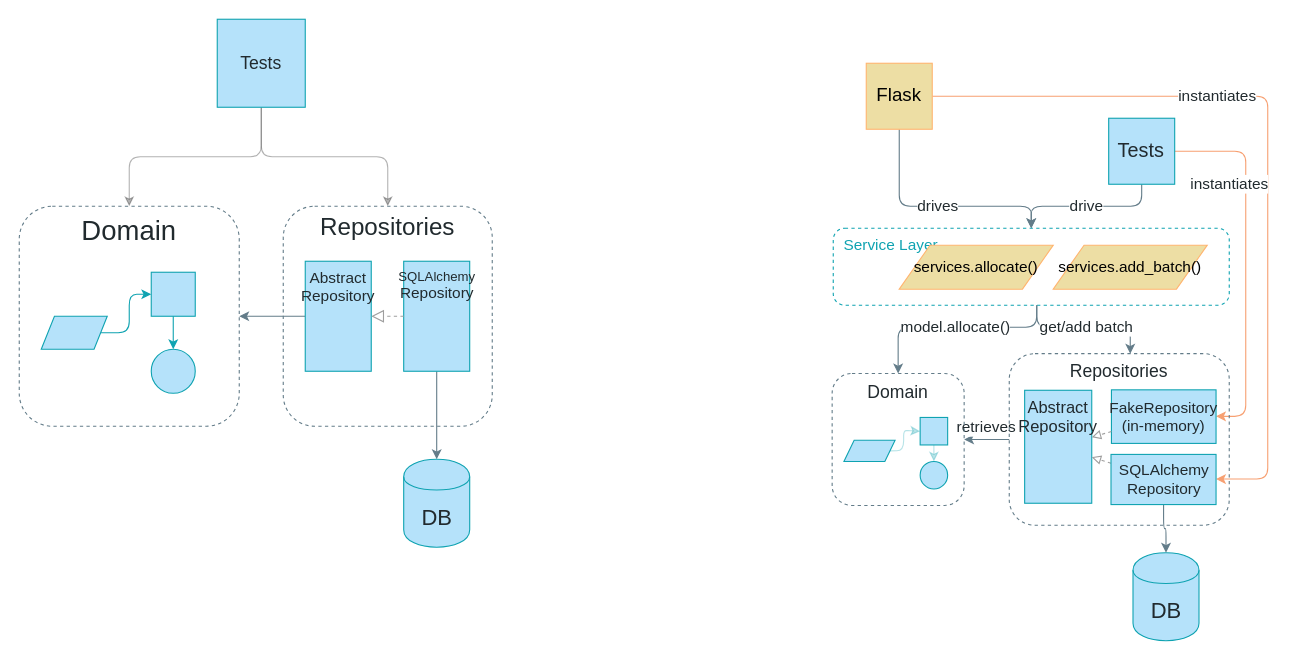
Before: page "Chapter 4" (3 of 11) of maps.drawio in cosmicpython/book, a draw.io diagram. Source tidied: cells renumbered, new cells numbered last; positions are measured from the earlier drawing's top-left corner, leaving out a move shared by most shapes. Both pictures are drawn from the tidied source at 110%, with x=0, y=0 at pixel (19, 19).
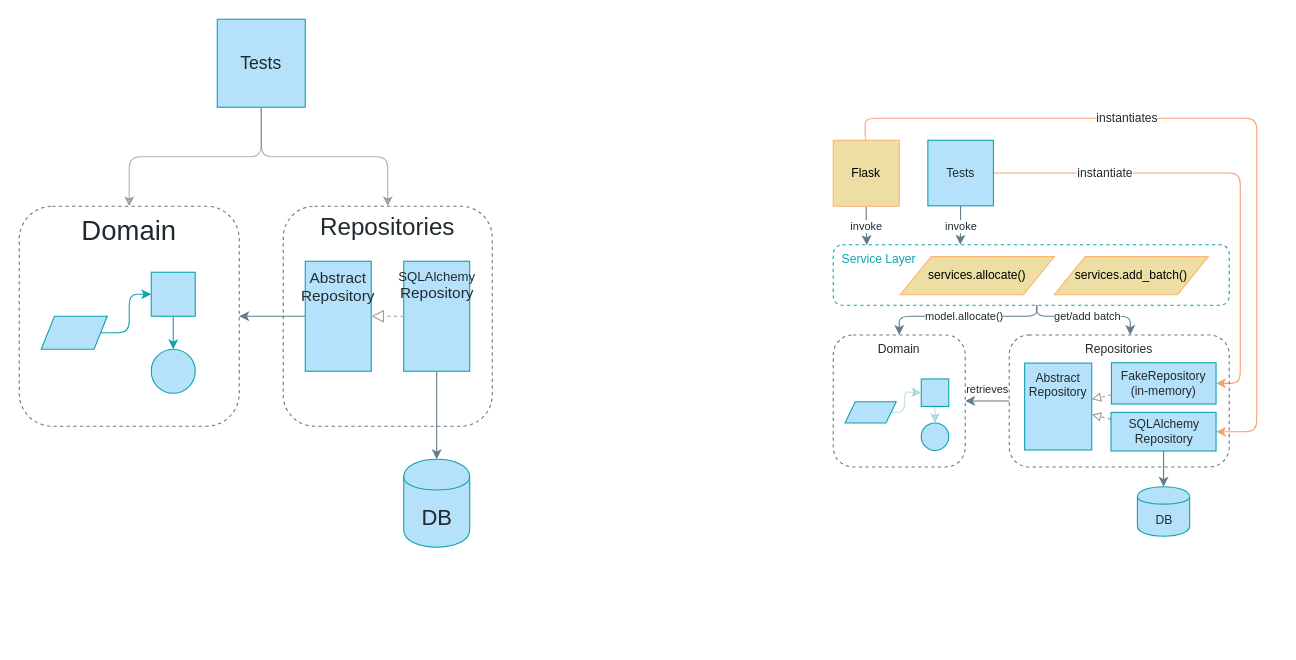
After the change.

Commit message:
experiment resetting font sizes in 4.2 to 11pt

Diff of the diagram source:
```diff
@@
-    <mxCell id="2" value="instantiates" style="edgeStyle=orthogonalEdgeStyle;jettySize=auto;html=1;strokeColor=#F7A072;fillColor=#f5f5f5;fontFamily=Guardian Sans Cond Light;fontSize=14;fontColor=#212A2E;exitX=1;exitY=0.5;exitDx=0;exitDy=0;" parent="1" edge="1" source="9" target="18">
+    <mxCell id="2" value="instantiates" style="edgeStyle=orthogonalEdgeStyle;jettySize=auto;html=1;strokeColor=#F7A072;fillColor=#f5f5f5;fontFamily=Guardian Sans Cond Light;fontSize=11;fontColor=#212A2E;exitX=0.5;exitY=0;exitDx=0;exitDy=0;" parent="1" edge="1" source="9" target="18">
       <mxGeometry x="-0.26" relative="1" as="geometry">
         <Array as="points">
-          <mxPoint x="1135" y="70" />
-          <mxPoint x="1135" y="418" />
+          <mxPoint x="769" y="90" />
+          <mxPoint x="1125" y="90" />
+          <mxPoint x="1125" y="375" />
         </Array>
       </mxGeometry>
     </mxCell>
@@
-    <mxCell id="6" value="DB" style="shape=cylinder;whiteSpace=wrap;html=1;boundedLbl=1;backgroundOutline=1;strokeColor=#0FA3B1;fillColor=#B5E2FA;fontSize=20;fontColor=#212A2E;gradientColor=none;fontFamily=Guardian Sans Cond Light;" parent="1" vertex="1">
-      <mxGeometry x="1012.5" y="485" width="60" height="80" as="geometry" />
+    <mxCell id="6" value="DB" style="shape=cylinder;whiteSpace=wrap;html=1;boundedLbl=1;backgroundOutline=1;strokeColor=#0FA3B1;fillColor=#B5E2FA;fontSize=11;fontColor=#212A2E;gradientColor=none;fontFamily=Guardian Sans Cond Light;" parent="1" vertex="1">
+      <mxGeometry x="1016.5" y="425" width="47.5" height="45" as="geometry" />
     </mxCell>
-    <mxCell id="7" style="edgeStyle=orthogonalEdgeStyle;jettySize=auto;html=1;strokeColor=#637C89;fillColor=#B5E2FA;fontFamily=Guardian Sans Cond Light;fontSize=12;fontColor=#212A2E;" parent="1" edge="1" source="18" target="6">
-      <mxGeometry relative="1" as="geometry" />
-    </mxCell>
-    <mxCell id="8" value="drives" style="edgeStyle=orthogonalEdgeStyle;jettySize=auto;html=1;strokeColor=#637C89;fillColor=#B5E2FA;fontFamily=Guardian Sans Cond Light;fontSize=14;fontColor=#212A2E;" parent="1" edge="1" source="9" target="22">
-      <mxGeometry relative="1" as="geometry">
-        <Array as="points">
-          <mxPoint x="800" y="170" />
-          <mxPoint x="920" y="170" />
-        </Array>
-      </mxGeometry>
+    <mxCell id="8" value="invoke" style="edgeStyle=orthogonalEdgeStyle;jettySize=auto;html=1;strokeColor=#637C89;fillColor=#B5E2FA;fontFamily=Guardian Sans Cond Light;fontSize=10;fontColor=#212A2E;entryX=0.085;entryY=0.006;entryDx=0;entryDy=0;entryPerimeter=0;" parent="1" edge="1" source="9" target="22">
+      <mxGeometry relative="1" as="geometry" />
     </mxCell>
-    <mxCell id="9" value="Flask" style="whiteSpace=wrap;html=1;strokeColor=#FFB570;fillColor=#EDDEA4;gradientColor=none;fontFamily=Guardian Sans Cond Light;fontSize=17;fontColor=#000000;" parent="1" vertex="1">
-      <mxGeometry x="770" y="40" width="60" height="60" as="geometry" />
+    <mxCell id="9" value="Flask" style="whiteSpace=wrap;html=1;strokeColor=#FFB570;fillColor=#EDDEA4;gradientColor=none;fontFamily=Guardian Sans Cond Light;fontSize=11;fontColor=#000000;" parent="1" vertex="1">
+      <mxGeometry x="740" y="110" width="60" height="60" as="geometry" />
     </mxCell>
-    <mxCell id="10" value="drive" style="edgeStyle=orthogonalEdgeStyle;jettySize=auto;html=1;strokeColor=#637C89;fillColor=#B5E2FA;fontFamily=Guardian Sans Cond Light;fontSize=14;fontColor=#212A2E;exitX=0.5;exitY=1;exitDx=0;exitDy=0;entryX=0.5;entryY=0;entryDx=0;entryDy=0;" parent="1" edge="1" source="12" target="22">
-      <mxGeometry relative="1" as="geometry">
-        <Array as="points">
-          <mxPoint x="1020" y="170" />
-          <mxPoint x="920" y="170" />
-        </Array>
-      </mxGeometry>
+    <mxCell id="10" value="invoke" style="edgeStyle=orthogonalEdgeStyle;jettySize=auto;html=1;strokeColor=#637C89;fillColor=#B5E2FA;fontFamily=Guardian Sans Cond Light;fontSize=10;fontColor=#212A2E;exitX=0.5;exitY=1;exitDx=0;exitDy=0;entryX=0.321;entryY=0;entryDx=0;entryDy=0;entryPerimeter=0;" parent="1" edge="1" source="12" target="22">
+      <mxGeometry relative="1" as="geometry" />
     </mxCell>
-    <mxCell id="11" value="instantiates" style="edgeStyle=orthogonalEdgeStyle;jettySize=auto;html=1;strokeColor=#F7A072;fillColor=#f5f5f5;fontFamily=Guardian Sans Cond Light;fontSize=14;fontColor=#212A2E;exitX=1;exitY=0.5;exitDx=0;exitDy=0;" parent="1" edge="1" source="12" target="16">
-      <mxGeometry x="-0.7" y="-30" relative="1" as="geometry">
+    <mxCell id="11" value="&lt;div&gt;instantiate&lt;/div&gt;" style="edgeStyle=orthogonalEdgeStyle;jettySize=auto;html=1;strokeColor=#F7A072;fillColor=#f5f5f5;fontFamily=Guardian Sans Cond Light;fontSize=11;fontColor=#212A2E;exitX=1;exitY=0.5;exitDx=0;exitDy=0;" parent="1" edge="1" source="12" target="16">
+      <mxGeometry x="-0.54" relative="1" as="geometry">
         <Array as="points">
-          <mxPoint x="1115" y="120" />
-          <mxPoint x="1115" y="361" />
+          <mxPoint x="1110" y="140" />
+          <mxPoint x="1110" y="331" />
         </Array>
       </mxGeometry>
     </mxCell>
-    <mxCell id="12" value="Tests" style="whiteSpace=wrap;html=1;strokeColor=#0FA3B1;fillColor=#B5E2FA;gradientColor=none;fontFamily=Guardian Sans Cond Light;fontSize=18;fontColor=#212A2E;" parent="1" vertex="1">
-      <mxGeometry x="990.4" y="90" width="60" height="60" as="geometry" />
+    <mxCell id="12" value="Tests" style="whiteSpace=wrap;html=1;strokeColor=#0FA3B1;fillColor=#B5E2FA;gradientColor=none;fontFamily=Guardian Sans Cond Light;fontSize=11;fontColor=#212A2E;" parent="1" vertex="1">
+      <mxGeometry x="826" y="110" width="59.6" height="59.6" as="geometry" />
     </mxCell>
-    <mxCell id="13" value="retrieves" style="edgeStyle=orthogonalEdgeStyle;jettySize=auto;html=1;strokeColor=#637C89;fillColor=#B5E2FA;fontFamily=Guardian Sans Cond Light;fontSize=14;fontColor=#212A2E;labelPosition=center;verticalLabelPosition=top;align=center;verticalAlign=bottom;" parent="1" edge="1" source="14" target="41">
+    <mxCell id="13" value="retrieves" style="edgeStyle=orthogonalEdgeStyle;jettySize=auto;html=1;strokeColor=#637C89;fillColor=#B5E2FA;fontFamily=Guardian Sans Cond Light;fontSize=10;fontColor=#212A2E;labelPosition=center;verticalLabelPosition=top;align=center;verticalAlign=bottom;spacing=4;" parent="1" edge="1" source="14" target="41">
       <mxGeometry relative="1" as="geometry" />
     </mxCell>
-    <mxCell id="14" value="&lt;font style=&quot;font-size: 16px&quot; color=&quot;#212A2E&quot;&gt;Repositories&lt;/font&gt;" style="whiteSpace=wrap;html=1;strokeColor=#637C89;fillColor=none;gradientColor=none;fontFamily=Guardian Sans Cond Light;fontSize=12;fontColor=#000000;verticalAlign=top;rounded=1;dashed=1;" parent="1" vertex="1">
-      <mxGeometry x="900" y="304" width="200" height="156" as="geometry" />
-    </mxCell>
-    <mxCell id="15" value="&lt;div style=&quot;font-size: 15px;&quot;&gt;Abstract&lt;/div&gt;&lt;div style=&quot;font-size: 15px;&quot;&gt;Repository&lt;br style=&quot;font-size: 15px;&quot;&gt;&lt;/div&gt;" style="whiteSpace=wrap;html=1;strokeColor=#0FA3B1;fillColor=#B5E2FA;gradientColor=none;fontFamily=Guardian Sans Cond Light;fontSize=15;fontColor=#212A2E;verticalAlign=top;" parent="1" vertex="1">
-      <mxGeometry x="914" y="337.3" width="61" height="102.7" as="geometry" />
-    </mxCell>
-    <mxCell id="16" value="&lt;div style=&quot;font-size: 14px;&quot;&gt;FakeRepository&lt;/div&gt;&lt;div style=&quot;font-size: 14px;&quot;&gt;(in-memory)&lt;br style=&quot;font-size: 14px;&quot;&gt;&lt;/div&gt;" style="whiteSpace=wrap;html=1;strokeColor=#0FA3B1;fillColor=#B5E2FA;gradientColor=none;fontFamily=Guardian Sans Cond Light;fontSize=14;fontColor=#212A2E;verticalAlign=middle;" parent="1" vertex="1">
-      <mxGeometry x="992.9" y="336.9" width="95.1" height="48.7" as="geometry" />
-    </mxCell>
-    <mxCell id="17" style="endArrow=block;dashed=1;endFill=0;endSize=6;html=1;strokeColor=#9E9E9E;fillColor=#B5E2FA;fontFamily=Guardian Sans Cond Light;fontSize=12;fontColor=#212A2E;" parent="1" edge="1" source="18" target="15">
-      <mxGeometry relative="1" as="geometry" />
-    </mxCell>
-    <mxCell id="18" value="&lt;div style=&quot;font-size: 14px&quot;&gt;&lt;font style=&quot;font-size: 14px&quot;&gt;SQLAlchemy&lt;br&gt;Repository&lt;/font&gt;&lt;/div&gt;" style="whiteSpace=wrap;html=1;strokeColor=#0FA3B1;fillColor=#B5E2FA;gradientColor=none;fontFamily=Guardian Sans Cond Light;fontSize=13;fontColor=#212A2E;verticalAlign=middle;" parent="1" vertex="1">
-      <mxGeometry x="992.5" y="395.6" width="95.5" height="45.6" as="geometry" />
-    </mxCell>
-    <mxCell id="19" style="endArrow=block;dashed=1;endFill=0;endSize=6;html=1;strokeColor=#9E9E9E;fillColor=#B5E2FA;fontFamily=Guardian Sans Cond Light;fontSize=12;fontColor=#212A2E;jumpStyle=none;" parent="1" edge="1" source="16" target="15">
-      <mxGeometry relative="1" as="geometry" />
-    </mxCell>
-    <mxCell id="20" value="model.allocate()" style="edgeStyle=orthogonalEdgeStyle;rounded=1;jumpStyle=arc;jettySize=auto;html=1;fontSize=14;entryX=0.5;entryY=0;entryDx=0;entryDy=0;fontFamily=Guardian Sans Cond Light;fontColor=#212A2E;strokeColor=#637C89;fillColor=#B5E2FA;" parent="1" edge="1" source="22" target="41">
+    <mxCell id="20" value="model.allocate()" style="edgeStyle=orthogonalEdgeStyle;rounded=1;jumpStyle=arc;jettySize=auto;html=1;fontSize=10;entryX=0.5;entryY=0;entryDx=0;entryDy=0;fontFamily=Guardian Sans Cond Light;fontColor=#212A2E;strokeColor=#637C89;fillColor=#B5E2FA;" parent="1" edge="1" source="22" target="41">
       <mxGeometry relative="1" as="geometry">
         <Array as="points">
-          <mxPoint x="925" y="280" />
-          <mxPoint x="799" y="280" />
+          <mxPoint x="925" y="270" />
+          <mxPoint x="800" y="270" />
         </Array>
       </mxGeometry>
     </mxCell>
-    <mxCell id="21" value="get/add batch" style="edgeStyle=orthogonalEdgeStyle;rounded=1;jumpStyle=arc;jettySize=auto;html=1;fontSize=14;fontFamily=Guardian Sans Cond Light;fontColor=#212A2E;strokeColor=#637C89;fillColor=#B5E2FA;" parent="1" edge="1" source="22" target="14">
+    <mxCell id="21" value="get/add batch" style="edgeStyle=orthogonalEdgeStyle;rounded=1;jumpStyle=arc;jettySize=auto;html=1;fontSize=10;fontFamily=Guardian Sans Cond Light;fontColor=#212A2E;strokeColor=#637C89;fillColor=#B5E2FA;" parent="1" edge="1" source="22" target="14">
       <mxGeometry relative="1" as="geometry">
         <Array as="points">
-          <mxPoint x="925" y="280" />
-          <mxPoint x="1010" y="280" />
+          <mxPoint x="925" y="270" />
+          <mxPoint x="1010" y="270" />
         </Array>
       </mxGeometry>
     </mxCell>
-    <mxCell id="22" value="&amp;nbsp; Service Layer" style="rounded=1;whiteSpace=wrap;html=1;fontFamily=Guardian Sans Cond Light;verticalAlign=top;fontSize=14;fontColor=#0FA3B1;fillColor=none;strokeColor=#0FA3B1;fontStyle=0;dashed=1;align=left;" parent="1" vertex="1">
-      <mxGeometry x="740" y="190" width="360" height="70" as="geometry" />
+    <mxCell id="22" value="&amp;nbsp; Service Layer" style="rounded=1;whiteSpace=wrap;html=1;fontFamily=Guardian Sans Cond Light;verticalAlign=top;fontSize=11;fontColor=#0FA3B1;fillColor=none;strokeColor=#0FA3B1;fontStyle=0;dashed=1;align=left;" parent="1" vertex="1">
+      <mxGeometry x="740" y="205" width="360" height="55" as="geometry" />
     </mxCell>
-    <mxCell id="23" value="services.allocate()" style="shape=parallelogram;perimeter=parallelogramPerimeter;whiteSpace=wrap;html=1;fontFamily=Guardian Sans Cond Light;fontSize=14;fontColor=#000000;align=center;strokeColor=#FFB570;fillColor=#EDDEA4;" parent="1" vertex="1">
-      <mxGeometry x="800" y="205.4" width="140" height="40" as="geometry" />
+    <mxCell id="23" value="services.allocate()" style="shape=parallelogram;perimeter=parallelogramPerimeter;whiteSpace=wrap;html=1;fontFamily=Guardian Sans Cond Light;fontSize=11;fontColor=#000000;align=center;strokeColor=#FFB570;fillColor=#EDDEA4;" parent="1" vertex="1">
+      <mxGeometry x="801" y="215.8" width="140" height="34.6" as="geometry" />
     </mxCell>
-    <mxCell id="24" value="services.add_batch()" style="shape=parallelogram;perimeter=parallelogramPerimeter;whiteSpace=wrap;html=1;fontFamily=Guardian Sans Cond Light;fontSize=14;fontColor=#000000;align=center;strokeColor=#FFB570;fillColor=#EDDEA4;" parent="1" vertex="1">
-      <mxGeometry x="940" y="205.4" width="140" height="40" as="geometry" />
+    <mxCell id="24" value="services.add_batch()" style="shape=parallelogram;perimeter=parallelogramPerimeter;whiteSpace=wrap;html=1;fontFamily=Guardian Sans Cond Light;fontSize=11;fontColor=#000000;align=center;strokeColor=#FFB570;fillColor=#EDDEA4;" parent="1" vertex="1">
+      <mxGeometry x="941" y="215.8" width="140" height="34.6" as="geometry" />
     </mxCell>
@@
-    <mxCell id="39" style="group;" parent="1" vertex="1">
-      <mxGeometry x="739" y="322" width="120" height="120" as="geometry" />
+    <mxCell id="39" style="group;fontSize=11;" parent="1" vertex="1">
+      <mxGeometry x="740" y="287" width="120" height="120" as="geometry" />
     </mxCell>
-    <mxCell id="40" style="group;fontSize=16;" parent="39" vertex="1">
+    <mxCell id="40" style="group;fontSize=11;" parent="39" vertex="1">
       <mxGeometry width="120" height="120" as="geometry" />
     </mxCell>
-    <mxCell id="41" value="&lt;font style=&quot;font-size: 16px&quot;&gt;Domain&lt;br&gt;&lt;/font&gt;" style="rounded=1;whiteSpace=wrap;html=1;fontFamily=Guardian Sans Cond Light;verticalAlign=top;fontSize=18;fontColor=#212A2E;fillColor=none;strokeColor=#637C89;dashed=1;" parent="40" vertex="1">
+    <mxCell id="41" value="&lt;font style=&quot;font-size: 11px;&quot;&gt;Domain&lt;br style=&quot;font-size: 11px;&quot;&gt;&lt;/font&gt;" style="rounded=1;whiteSpace=wrap;html=1;fontFamily=Guardian Sans Cond Light;verticalAlign=top;fontSize=11;fontColor=#212A2E;fillColor=none;strokeColor=#637C89;dashed=1;" parent="40" vertex="1">
       <mxGeometry width="120" height="120" as="geometry" />
     </mxCell>
-    <mxCell id="42" style="whiteSpace=wrap;html=1;fontSize=22;strokeColor=#0FA3B1;fillColor=#B5E2FA;fontFamily=Guardian Sans Cond Light;" parent="40" vertex="1">
+    <mxCell id="42" style="whiteSpace=wrap;html=1;fontSize=11;strokeColor=#0FA3B1;fillColor=#B5E2FA;fontFamily=Guardian Sans Cond Light;" parent="40" vertex="1">
       <mxGeometry x="80" y="40" width="25" height="25" as="geometry" />
     </mxCell>
-    <mxCell id="43" style="ellipse;whiteSpace=wrap;html=1;fontSize=20;strokeColor=#0FA3B1;fillColor=#B5E2FA;fontFamily=Guardian Sans Cond Light;" parent="40" vertex="1">
+    <mxCell id="43" style="ellipse;whiteSpace=wrap;html=1;fontSize=11;strokeColor=#0FA3B1;fillColor=#B5E2FA;fontFamily=Guardian Sans Cond Light;" parent="40" vertex="1">
       <mxGeometry x="80" y="80" width="25" height="25" as="geometry" />
     </mxCell>
-    <mxCell id="44" style="edgeStyle=orthogonalEdgeStyle;jettySize=auto;html=1;fontSize=14;strokeColor=#0FA3B1;fillColor=#B5E2FA;opacity=30;exitX=0.5;exitY=1;exitDx=0;exitDy=0;entryX=0.5;entryY=0;entryDx=0;entryDy=0;" parent="40" edge="1" source="42" target="43">
+    <mxCell id="44" style="edgeStyle=orthogonalEdgeStyle;jettySize=auto;html=1;fontSize=11;strokeColor=#0FA3B1;fillColor=#B5E2FA;opacity=30;exitX=0.5;exitY=1;exitDx=0;exitDy=0;entryX=0.5;entryY=0;entryDx=0;entryDy=0;" parent="40" edge="1" source="42" target="43">
       <mxGeometry relative="1" as="geometry">
         <Array as="points">
           <mxPoint x="93" y="70" />
           <mxPoint x="93" y="70" />
         </Array>
       </mxGeometry>
     </mxCell>
-    <mxCell id="45" style="edgeStyle=orthogonalEdgeStyle;rounded=1;jettySize=auto;html=1;fontSize=14;strokeColor=#0FA3B1;entryX=0;entryY=0.5;entryDx=0;entryDy=0;exitX=1;exitY=0.5;exitDx=0;exitDy=0;opacity=30;" parent="40" edge="1" source="46" target="42">
+    <mxCell id="45" style="edgeStyle=orthogonalEdgeStyle;rounded=1;jettySize=auto;html=1;fontSize=11;strokeColor=#0FA3B1;entryX=0;entryY=0.5;entryDx=0;entryDy=0;exitX=1;exitY=0.5;exitDx=0;exitDy=0;opacity=30;" parent="40" edge="1" source="46" target="42">
       <mxGeometry relative="1" as="geometry">
         <Array as="points">
           <mxPoint x="65" y="70" />
           <mxPoint x="65" y="52" />
           <mxPoint x="70" y="52" />
         </Array>
       </mxGeometry>
     </mxCell>
-    <mxCell id="46" style="shape=parallelogram;perimeter=parallelogramPerimeter;whiteSpace=wrap;html=1;strokeColor=#0FA3B1;fillColor=#B5E2FA;fontFamily=Guardian Sans Cond Light;fontSize=22;align=center;" parent="40" vertex="1">
+    <mxCell id="46" style="shape=parallelogram;perimeter=parallelogramPerimeter;whiteSpace=wrap;html=1;strokeColor=#0FA3B1;fillColor=#B5E2FA;fontFamily=Guardian Sans Cond Light;fontSize=11;align=center;" parent="40" vertex="1">
       <mxGeometry x="10.7" y="60.7" width="46.5" height="19.3" as="geometry" />
     </mxCell>
+    <mxCell id="47" style="group;" parent="1" vertex="1">
+      <mxGeometry x="900" y="287" width="200" height="120" as="geometry" />
+    </mxCell>
+    <mxCell id="14" value="&lt;font style=&quot;font-size: 11px;&quot; color=&quot;#212A2E&quot;&gt;Repositories&lt;/font&gt;" style="whiteSpace=wrap;html=1;strokeColor=#637C89;fillColor=none;gradientColor=none;fontFamily=Guardian Sans Cond Light;fontSize=11;fontColor=#000000;verticalAlign=top;rounded=1;dashed=1;" parent="47" vertex="1">
+      <mxGeometry width="200" height="120" as="geometry" />
+    </mxCell>
+    <mxCell id="15" value="&lt;div style=&quot;font-size: 11px;&quot;&gt;Abstract&lt;/div&gt;&lt;div style=&quot;font-size: 11px;&quot;&gt;Repository&lt;br style=&quot;font-size: 11px;&quot;&gt;&lt;/div&gt;" style="whiteSpace=wrap;html=1;strokeColor=#0FA3B1;fillColor=#B5E2FA;gradientColor=none;fontFamily=Guardian Sans Cond Light;fontSize=11;fontColor=#212A2E;verticalAlign=top;" parent="47" vertex="1">
+      <mxGeometry x="14" y="25.6" width="61" height="79" as="geometry" />
+    </mxCell>
+    <mxCell id="16" value="&lt;div style=&quot;font-size: 11px;&quot;&gt;FakeRepository&lt;/div&gt;&lt;div style=&quot;font-size: 11px;&quot;&gt;(in-memory)&lt;br style=&quot;font-size: 11px;&quot;&gt;&lt;/div&gt;" style="whiteSpace=wrap;html=1;strokeColor=#0FA3B1;fillColor=#B5E2FA;gradientColor=none;fontFamily=Guardian Sans Cond Light;fontSize=11;fontColor=#212A2E;verticalAlign=middle;" parent="47" vertex="1">
+      <mxGeometry x="92.9" y="25.3" width="95.1" height="37.5" as="geometry" />
+    </mxCell>
+    <mxCell id="17" style="endArrow=block;dashed=1;endFill=0;endSize=6;html=1;strokeColor=#9E9E9E;fillColor=#B5E2FA;fontFamily=Guardian Sans Cond Light;fontSize=11;fontColor=#212A2E;" parent="47" edge="1" source="18" target="15">
+      <mxGeometry relative="1" as="geometry" />
+    </mxCell>
+    <mxCell id="18" value="&lt;div style=&quot;font-size: 11px;&quot;&gt;&lt;font style=&quot;font-size: 11px;&quot;&gt;SQLAlchemy&lt;br style=&quot;font-size: 11px;&quot;&gt;Repository&lt;/font&gt;&lt;/div&gt;" style="whiteSpace=wrap;html=1;strokeColor=#0FA3B1;fillColor=#B5E2FA;gradientColor=none;fontFamily=Guardian Sans Cond Light;fontSize=11;fontColor=#212A2E;verticalAlign=middle;" parent="47" vertex="1">
+      <mxGeometry x="92.5" y="70.4" width="95.5" height="35.1" as="geometry" />
+    </mxCell>
+    <mxCell id="19" style="endArrow=block;dashed=1;endFill=0;endSize=6;html=1;strokeColor=#9E9E9E;fillColor=#B5E2FA;fontFamily=Guardian Sans Cond Light;fontSize=11;fontColor=#212A2E;jumpStyle=none;" parent="47" edge="1" source="16" target="15">
+      <mxGeometry relative="1" as="geometry" />
+    </mxCell>
+    <mxCell id="7" style="edgeStyle=orthogonalEdgeStyle;jettySize=auto;html=1;strokeColor=#637C89;fillColor=#B5E2FA;fontFamily=Guardian Sans Cond Light;fontSize=11;fontColor=#212A2E;" parent="1" edge="1" source="18" target="6">
+      <mxGeometry relative="1" as="geometry" />
+    </mxCell>
```
